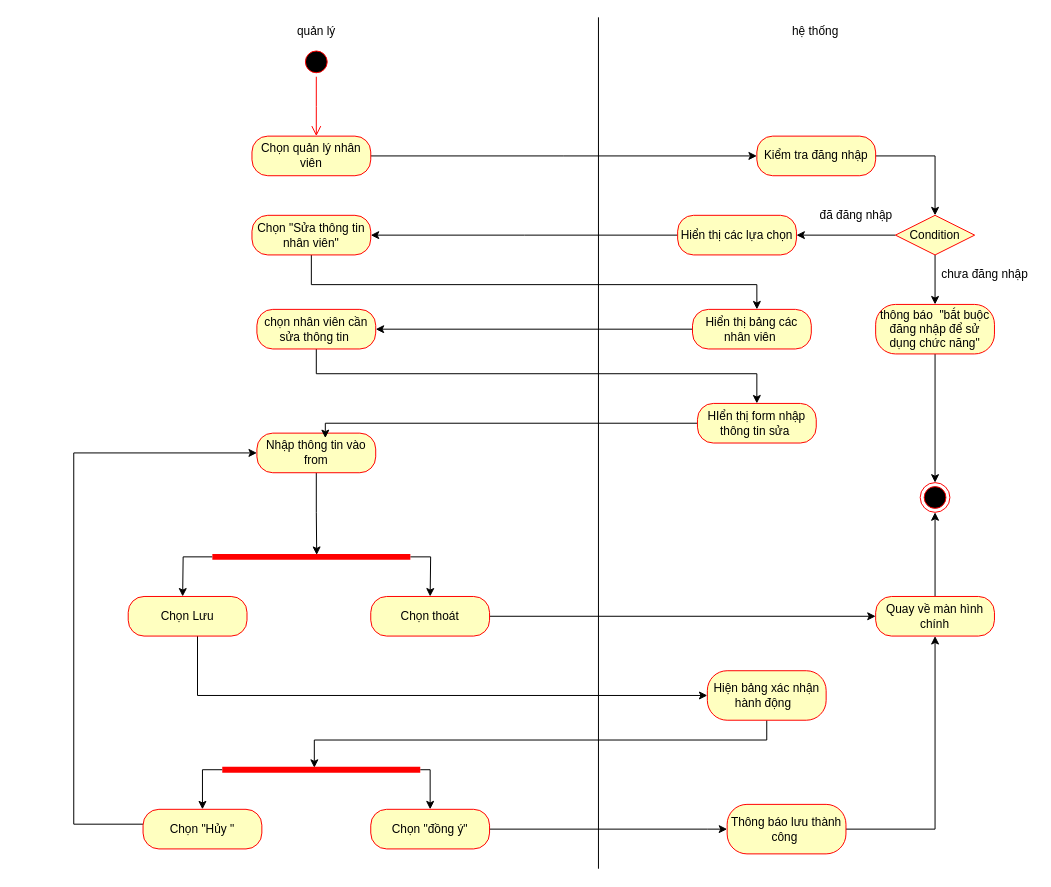
Above: page "sửa nv" (1 of 16) of Untitled Diagram.drawio in sonha1/aaaa (draw.io), before the change. Source tidied: cells renumbered, new cells numbered last; positions are measured from the earlier drawing's top-left corner, leaving out a move shared by most shapes. Both pictures are drawn from the tidied source at 99%, with x=0, y=0 at pixel (73, 17).
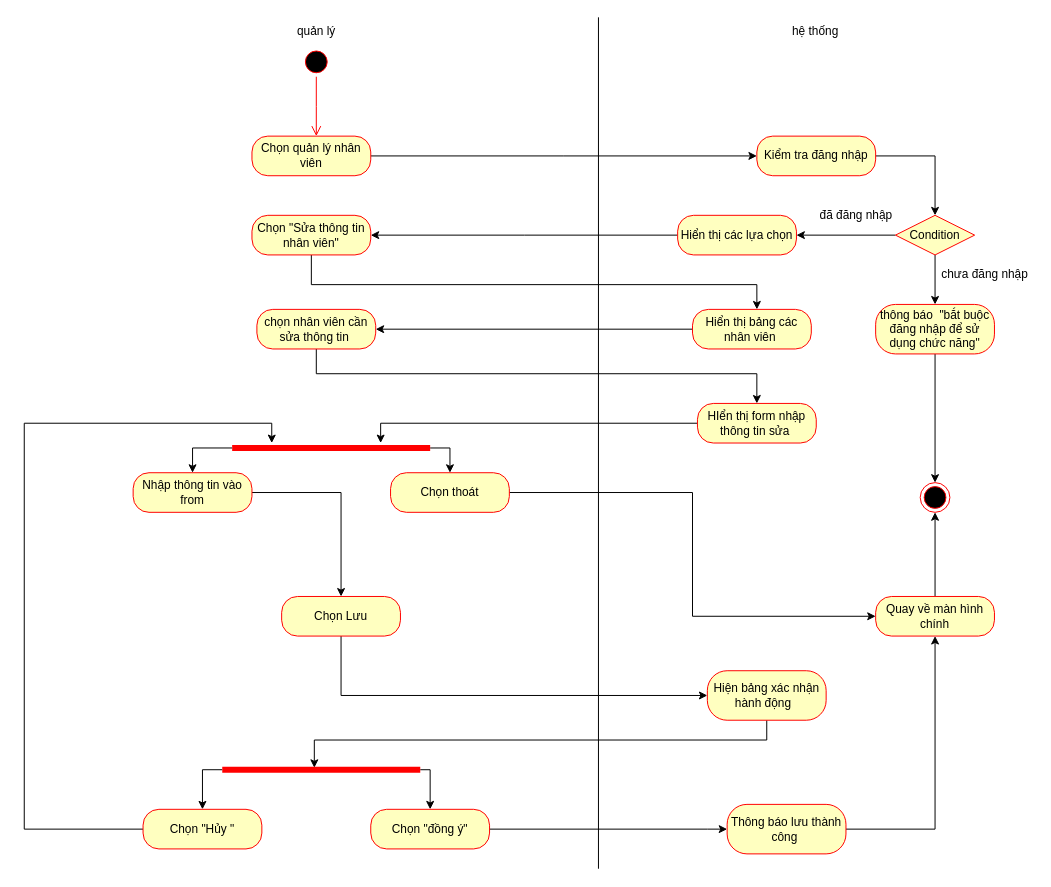
After the change.

Unchanged cells that the change refers to:
```xml
<mxCell id="36" value="Hiện bảng xác nhận hành động&amp;nbsp;&amp;nbsp;" style="rounded=1;whiteSpace=wrap;html=1;arcSize=40;fontColor=#000000;fillColor=#ffffc0;strokeColor=#ff0000;" parent="1" vertex="1">
  <mxGeometry x="640" y="660" width="120" height="50" as="geometry" />
</mxCell>
<mxCell id="42" value="Chọn &quot;Hủy &quot;" style="rounded=1;whiteSpace=wrap;html=1;arcSize=40;fontColor=#000000;fillColor=#ffffc0;strokeColor=#ff0000;" parent="1" vertex="1">
  <mxGeometry x="70" y="800" width="120" height="40" as="geometry" />
</mxCell>
<mxCell id="50" value="HIển thị form nhập thông tin sửa&amp;nbsp;" style="rounded=1;whiteSpace=wrap;html=1;arcSize=40;fontColor=#000000;fillColor=#ffffc0;strokeColor=#ff0000;" parent="1" vertex="1">
  <mxGeometry x="630" y="390" width="120" height="40" as="geometry" />
</mxCell>
```

What changed in the source:
```diff
@@
-    <mxCell id="24" style="edgeStyle=orthogonalEdgeStyle;rounded=0;jettySize=auto;html=1;entryX=0.527;entryY=0.3;entryDx=0;entryDy=0;entryPerimeter=0;" parent="1" edge="1" source="25" target="28">
-      <mxGeometry relative="1" as="geometry" />
-    </mxCell>
+    <mxCell id="51" style="edgeStyle=orthogonalEdgeStyle;rounded=0;jettySize=auto;html=1;entryX=0.5;entryY=0;entryDx=0;entryDy=0;" parent="1" edge="1" source="25" target="34">
+      <mxGeometry relative="1" as="geometry" />
+    </mxCell>
     <mxCell id="25" value="Nhập thông tin vào from" style="rounded=1;whiteSpace=wrap;html=1;arcSize=40;fontColor=#000000;fillColor=#ffffc0;strokeColor=#ff0000;" parent="1" vertex="1">
-      <mxGeometry x="185" y="420" width="120" height="40" as="geometry" />
+      <mxGeometry x="60" y="460" width="120" height="40" as="geometry" />
     </mxCell>
-    <mxCell id="26" style="edgeStyle=orthogonalEdgeStyle;rounded=0;jettySize=auto;html=1;" parent="1" edge="1" source="28">
-      <mxGeometry relative="1" as="geometry">
-        <mxPoint x="360" y="585" as="targetPoint" />
-      </mxGeometry>
-    </mxCell>
-    <mxCell id="27" style="edgeStyle=orthogonalEdgeStyle;rounded=0;jettySize=auto;html=1;" parent="1" edge="1" source="28">
-      <mxGeometry relative="1" as="geometry">
-        <mxPoint x="110" y="585" as="targetPoint" />
-      </mxGeometry>
-    </mxCell>
-    <mxCell id="28" style="shape=line;html=1;strokeWidth=6;strokeColor=#ff0000;" parent="1" vertex="1">
-      <mxGeometry x="140" y="540" width="200" height="10" as="geometry" />
-    </mxCell>
@@
     <mxCell id="30" value="Chọn thoát" style="rounded=1;whiteSpace=wrap;html=1;arcSize=40;fontColor=#000000;fillColor=#ffffc0;strokeColor=#ff0000;" parent="1" vertex="1">
-      <mxGeometry x="300" y="585" width="120" height="40" as="geometry" />
+      <mxGeometry x="320" y="460" width="120" height="40" as="geometry" />
     </mxCell>
@@
     <mxCell id="33" style="edgeStyle=orthogonalEdgeStyle;rounded=0;jettySize=auto;html=1;entryX=0;entryY=0.5;entryDx=0;entryDy=0;" parent="1" edge="1" source="34" target="36">
       <mxGeometry relative="1" as="geometry">
         <Array as="points">
-          <mxPoint x="125" y="615" />
+          <mxPoint x="270" y="685" />
         </Array>
       </mxGeometry>
     </mxCell>
     <mxCell id="34" value="Chọn Lưu" style="rounded=1;whiteSpace=wrap;html=1;arcSize=40;fontColor=#000000;fillColor=#ffffc0;strokeColor=#ff0000;" parent="1" vertex="1">
-      <mxGeometry x="55" y="585" width="120" height="40" as="geometry" />
+      <mxGeometry x="210" y="585" width="120" height="40" as="geometry" />
     </mxCell>
@@
-    <mxCell id="41" style="edgeStyle=orthogonalEdgeStyle;rounded=0;jettySize=auto;html=1;entryX=0;entryY=0.5;entryDx=0;entryDy=0;" parent="1" edge="1" source="42" target="25">
-      <mxGeometry relative="1" as="geometry">
-        <Array as="points">
-          <mxPoint y="815" />
-          <mxPoint y="440" />
-        </Array>
-      </mxGeometry>
-    </mxCell>
+    <mxCell id="52" style="edgeStyle=orthogonalEdgeStyle;rounded=0;jettySize=auto;html=1;" parent="1" edge="1" source="42" target="56">
+      <mxGeometry relative="1" as="geometry">
+        <Array as="points">
+          <mxPoint x="-50" y="820" />
+          <mxPoint x="-50" y="410" />
+          <mxPoint x="200" y="410" />
+        </Array>
+      </mxGeometry>
+    </mxCell>
@@
-    <mxCell id="49" style="edgeStyle=orthogonalEdgeStyle;rounded=0;jettySize=auto;html=1;entryX=0.463;entryY=0.5;entryDx=0;entryDy=0;entryPerimeter=0;" parent="1" edge="1" source="50">
-      <mxGeometry relative="1" as="geometry">
-        <mxPoint x="254.1" y="425" as="targetPoint" />
-        <Array as="points">
-          <mxPoint x="254" y="410" />
-        </Array>
-      </mxGeometry>
-    </mxCell>
+    <mxCell id="53" style="edgeStyle=orthogonalEdgeStyle;rounded=0;jettySize=auto;html=1;" parent="1" edge="1" source="50" target="56">
+      <mxGeometry relative="1" as="geometry">
+        <Array as="points">
+          <mxPoint x="310" y="410" />
+        </Array>
+      </mxGeometry>
+    </mxCell>
@@
+    <mxCell id="54" style="edgeStyle=orthogonalEdgeStyle;rounded=0;jettySize=auto;html=1;" parent="1" edge="1" source="56" target="25">
+      <mxGeometry relative="1" as="geometry">
+        <Array as="points">
+          <mxPoint x="120" y="435" />
+        </Array>
+      </mxGeometry>
+    </mxCell>
+    <mxCell id="55" style="edgeStyle=orthogonalEdgeStyle;rounded=0;jettySize=auto;html=1;" parent="1" edge="1" source="56" target="30">
+      <mxGeometry relative="1" as="geometry">
+        <Array as="points">
+          <mxPoint x="380" y="435" />
+        </Array>
+      </mxGeometry>
+    </mxCell>
+    <mxCell id="56" style="shape=line;html=1;strokeWidth=6;strokeColor=#ff0000;direction=west;" parent="1" vertex="1">
+      <mxGeometry x="160" y="430" width="200" height="10" as="geometry" />
+    </mxCell>
```
